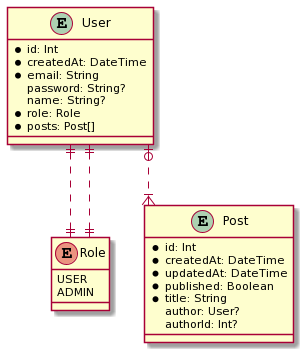
The PlantUML diagram prisma/schema.png in simplitech/blogsample-next-usecase, before a commit. Source of this version:
```plantuml
@startuml
skinparam linetype ortho

enum Role {
  USER
  ADMIN
}

entity User {
  * id: Int
  * createdAt: DateTime
  * email: String
  password: String?
  name: String?
  * role: Role
  * posts: Post[]
}

entity Post {
  * id: Int
  * createdAt: DateTime
  * updatedAt: DateTime
  * published: Boolean
  * title: String
  author: User?
  authorId: Int?
}

User ||..|| Role
User |o..|{ Post
User ||..|| Role
@enduml
```
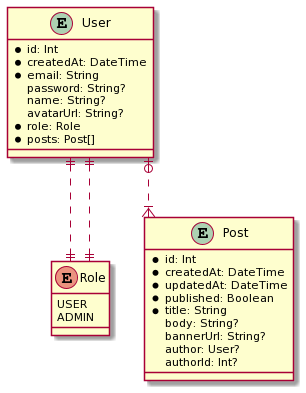
The same diagram one commit later.

Change to the diagram source:
```diff
@@ -12,6 +12,7 @@
   * email: String
   password: String?
   name: String?
+  avatarUrl: String?
   * role: Role
   * posts: Post[]
 }
@@ -22,6 +23,8 @@
   * updatedAt: DateTime
   * published: Boolean
   * title: String
+  body: String?
+  bannerUrl: String?
   author: User?
   authorId: Int?
 }
```
